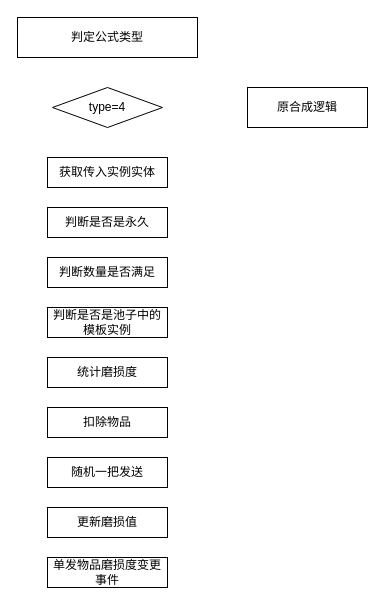
Above: SSJJ2/SSJJ2合成逻辑.drawio in Ordertiny/graph (draw.io), before the change. Source tidied: cells renumbered, new cells numbered last; positions are measured from the earlier drawing's top-left corner, leaving out a move shared by most shapes. Both pictures are drawn from the tidied source at 100%, with x=0, y=0 at pixel (17, 17).
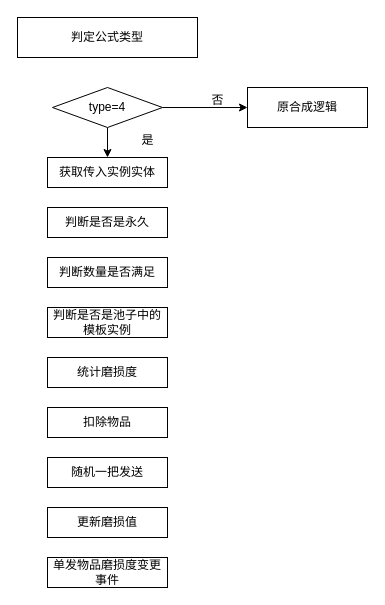
The same page after the edit.

Commit message:
更新SSJJ2合成逻辑.drawio

Diff of the diagram source:
```diff
@@
 <mxGraphModel>
   <root>
     <mxCell id="0" />
     <mxCell id="1" parent="0" />
     <mxCell id="2" value="判定公式类型" style="rounded=0;whiteSpace=wrap;html=1;" parent="1" vertex="1">
       <mxGeometry width="180" height="40" as="geometry" />
     </mxCell>
+    <mxCell id="14" style="edgeStyle=orthogonalEdgeStyle;rounded=0;jettySize=auto;html=1;exitX=1;exitY=0.5;exitDx=0;exitDy=0;" parent="1" edge="1" source="3" target="4">
+      <mxGeometry relative="1" as="geometry" />
+    </mxCell>
+    <mxCell id="15" style="edgeStyle=orthogonalEdgeStyle;rounded=0;jettySize=auto;html=1;exitX=0.5;exitY=1;exitDx=0;exitDy=0;entryX=0.5;entryY=0;entryDx=0;entryDy=0;" parent="1" edge="1" source="3" target="5">
+      <mxGeometry relative="1" as="geometry" />
+    </mxCell>
     <mxCell id="3" value="type=4" style="rhombus;whiteSpace=wrap;html=1;" parent="1" vertex="1">
       <mxGeometry x="35" y="70" width="110" height="40" as="geometry" />
     </mxCell>
     <mxCell id="4" value="原合成逻辑" style="rounded=0;whiteSpace=wrap;html=1;" parent="1" vertex="1">
       <mxGeometry x="230" y="70" width="120" height="40" as="geometry" />
     </mxCell>
     <mxCell id="5" value="获取传入实例实体" style="rounded=0;whiteSpace=wrap;html=1;" parent="1" vertex="1">
       <mxGeometry x="30" y="140" width="120" height="30" as="geometry" />
     </mxCell>
     <mxCell id="6" value="判断是否是永久" style="rounded=0;whiteSpace=wrap;html=1;" parent="1" vertex="1">
       <mxGeometry x="30" y="190" width="120" height="30" as="geometry" />
     </mxCell>
     <mxCell id="7" value="判断数量是否满足" style="rounded=0;whiteSpace=wrap;html=1;" parent="1" vertex="1">
       <mxGeometry x="30" y="240" width="120" height="30" as="geometry" />
     </mxCell>
     <mxCell id="8" value="判断是否是池子中的模板实例" style="rounded=0;whiteSpace=wrap;html=1;" parent="1" vertex="1">
       <mxGeometry x="30" y="290" width="120" height="30" as="geometry" />
     </mxCell>
     <mxCell id="9" value="统计磨损度" style="rounded=0;whiteSpace=wrap;html=1;" parent="1" vertex="1">
       <mxGeometry x="30" y="340" width="120" height="30" as="geometry" />
     </mxCell>
     <mxCell id="10" value="扣除物品" style="rounded=0;whiteSpace=wrap;html=1;" parent="1" vertex="1">
       <mxGeometry x="30" y="390" width="120" height="30" as="geometry" />
     </mxCell>
     <mxCell id="11" value="随机一把发送" style="rounded=0;whiteSpace=wrap;html=1;" parent="1" vertex="1">
       <mxGeometry x="30" y="440" width="120" height="30" as="geometry" />
     </mxCell>
     <mxCell id="12" value="更新磨损值" style="rounded=0;whiteSpace=wrap;html=1;" parent="1" vertex="1">
       <mxGeometry x="30" y="490" width="120" height="30" as="geometry" />
     </mxCell>
     <mxCell id="13" value="单发物品磨损度变更事件" style="rounded=0;whiteSpace=wrap;html=1;" parent="1" vertex="1">
       <mxGeometry x="30" y="540" width="120" height="30" as="geometry" />
     </mxCell>
+    <mxCell id="16" value="是" style="text;html=1;align=center;verticalAlign=middle;strokeColor=none;fillColor=none;" parent="1" vertex="1">
+      <mxGeometry x="110" y="108" width="40" height="30" as="geometry" />
+    </mxCell>
+    <mxCell id="17" value="否" style="text;html=1;align=center;verticalAlign=middle;strokeColor=none;fillColor=none;" parent="1" vertex="1">
+      <mxGeometry x="180" y="68" width="40" height="30" as="geometry" />
+    </mxCell>
   </root>
 </mxGraphModel>
```
